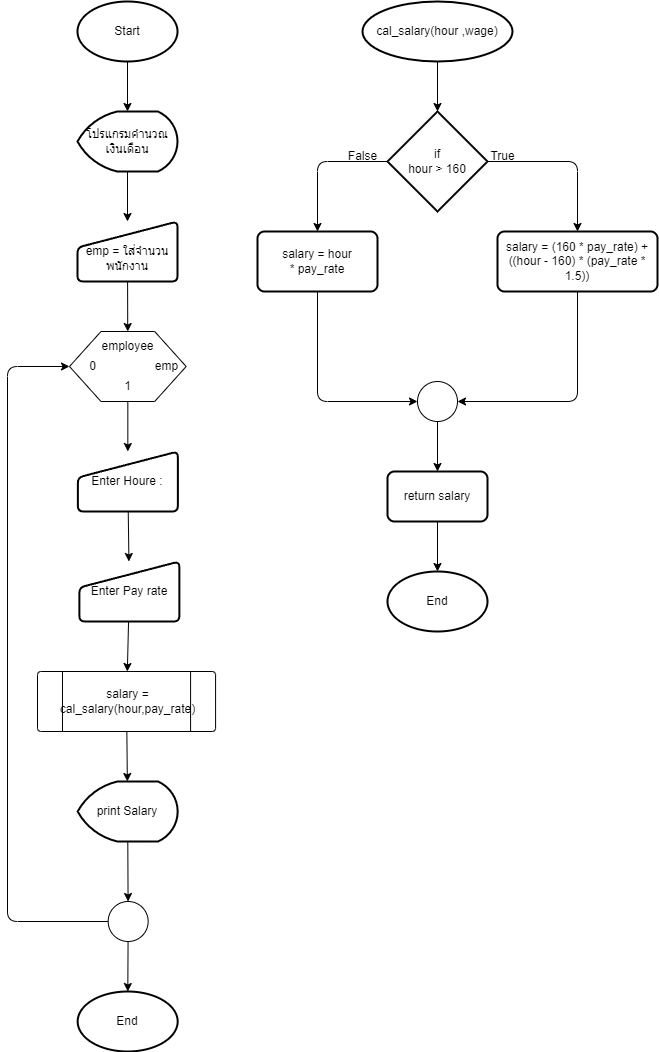
This is Homework02/work02.png from TawanBBT02/Problem-solving, a draw.io export, as it was before one commit. Source tidied: cells renumbered, new cells last; positions are measured from the earlier drawing's top-left corner, leaving out a move shared by most shapes. Source of this version:
```xml
<mxGraphModel>
  <root>
    <mxCell id="0" />
    <mxCell id="1" parent="0" />
    <mxCell id="2" style="edgeStyle=none;html=1;" parent="1" edge="1" source="3" target="5">
      <mxGeometry relative="1" as="geometry" />
    </mxCell>
    <mxCell id="3" value="Start" style="strokeWidth=2;html=1;shape=mxgraph.flowchart.start_1;whiteSpace=wrap;" parent="1" vertex="1">
      <mxGeometry x="70" width="100" height="60" as="geometry" />
    </mxCell>
    <mxCell id="4" style="edgeStyle=none;html=1;" parent="1" edge="1" source="5" target="7">
      <mxGeometry relative="1" as="geometry" />
    </mxCell>
    <mxCell id="5" value="โปรแกรมคํานวณเงินเดือน" style="strokeWidth=2;html=1;shape=mxgraph.flowchart.display;whiteSpace=wrap;" parent="1" vertex="1">
      <mxGeometry x="70" y="110" width="100" height="60" as="geometry" />
    </mxCell>
    <mxCell id="6" style="edgeStyle=none;html=1;" parent="1" edge="1" source="7" target="19">
      <mxGeometry relative="1" as="geometry" />
    </mxCell>
    <mxCell id="7" value="&lt;br&gt;emp = ใส่จำนวนพนักงาน" style="html=1;strokeWidth=2;shape=manualInput;whiteSpace=wrap;rounded=1;size=26;arcSize=11;" parent="1" vertex="1">
      <mxGeometry x="70" y="220" width="100" height="60" as="geometry" />
    </mxCell>
    <mxCell id="8" style="edgeStyle=none;html=1;" parent="1" edge="1" source="19" target="10">
      <mxGeometry relative="1" as="geometry" />
    </mxCell>
    <mxCell id="9" style="edgeStyle=none;html=1;" parent="1" edge="1" source="10" target="37">
      <mxGeometry relative="1" as="geometry" />
    </mxCell>
    <mxCell id="10" value="Enter Houre :" style="html=1;strokeWidth=2;shape=manualInput;whiteSpace=wrap;rounded=1;size=26;arcSize=11;" parent="1" vertex="1">
      <mxGeometry x="70.3" y="450" width="100" height="60" as="geometry" />
    </mxCell>
    <mxCell id="11" style="edgeStyle=none;html=1;" parent="1" edge="1" source="25" target="13">
      <mxGeometry relative="1" as="geometry" />
    </mxCell>
    <mxCell id="12" style="edgeStyle=none;html=1;" parent="1" edge="1" source="13" target="16">
      <mxGeometry relative="1" as="geometry" />
    </mxCell>
    <mxCell id="13" value="print Salary" style="strokeWidth=2;html=1;shape=mxgraph.flowchart.display;whiteSpace=wrap;" parent="1" vertex="1">
      <mxGeometry x="70.2" y="780" width="100" height="60" as="geometry" />
    </mxCell>
    <mxCell id="14" style="edgeStyle=none;html=1;" parent="1" edge="1" source="16" target="17">
      <mxGeometry relative="1" as="geometry" />
    </mxCell>
    <mxCell id="15" style="edgeStyle=none;html=1;exitX=0;exitY=0.5;exitDx=0;exitDy=0;exitPerimeter=0;entryX=0;entryY=0.5;entryDx=0;entryDy=0;" parent="1" edge="1" source="16" target="19">
      <mxGeometry relative="1" as="geometry">
        <Array as="points">
          <mxPoint y="920" />
          <mxPoint y="365" />
        </Array>
      </mxGeometry>
    </mxCell>
    <mxCell id="16" style="verticalLabelPosition=bottom;verticalAlign=top;html=1;shape=mxgraph.flowchart.on-page_reference;" parent="1" vertex="1">
      <mxGeometry x="100.7" y="900" width="40" height="40" as="geometry" />
    </mxCell>
    <mxCell id="17" value="End" style="strokeWidth=2;html=1;shape=mxgraph.flowchart.start_1;whiteSpace=wrap;" parent="1" vertex="1">
      <mxGeometry x="70.2" y="990" width="100" height="60" as="geometry" />
    </mxCell>
    <mxCell id="18" style="group;" parent="1" vertex="1">
      <mxGeometry x="60" y="330" width="123.7" height="70" as="geometry" />
    </mxCell>
    <mxCell id="19" style="verticalLabelPosition=bottom;verticalAlign=top;html=1;shape=hexagon;perimeter=hexagonPerimeter2;arcSize=6;size=0.27;" parent="18" vertex="1">
      <mxGeometry x="2" width="116.7" height="70" as="geometry" />
    </mxCell>
    <mxCell id="20" value="employee" style="text;html=1;align=center;verticalAlign=middle;strokeColor=none;fillColor=none;" parent="18" vertex="1">
      <mxGeometry x="20" width="80" height="30" as="geometry" />
    </mxCell>
    <mxCell id="21" value="0" style="text;html=1;align=center;verticalAlign=middle;strokeColor=none;fillColor=none;" parent="18" vertex="1">
      <mxGeometry x="10" y="20" width="30" height="30" as="geometry" />
    </mxCell>
    <mxCell id="22" value="emp" style="text;html=1;align=center;verticalAlign=middle;strokeColor=none;fillColor=none;" parent="18" vertex="1">
      <mxGeometry x="73.7" y="20" width="50" height="30" as="geometry" />
    </mxCell>
    <mxCell id="23" value="1" style="text;html=1;align=center;verticalAlign=middle;strokeColor=none;fillColor=none;" parent="18" vertex="1">
      <mxGeometry x="44.8" y="40" width="30" height="30" as="geometry" />
    </mxCell>
    <mxCell id="24" style="group;" parent="1" vertex="1">
      <mxGeometry x="30" y="670" width="180" height="60" as="geometry" />
    </mxCell>
    <mxCell id="25" style="verticalLabelPosition=bottom;verticalAlign=top;html=1;shape=process;whiteSpace=wrap;rounded=1;size=0.14;arcSize=6;" parent="24" vertex="1">
      <mxGeometry width="178.1" height="60" as="geometry" />
    </mxCell>
    <mxCell id="26" value="salary = &lt;br&gt;cal_salary(hour,pay_rate)" style="text;html=1;align=center;verticalAlign=middle;strokeColor=none;fillColor=none;" parent="24" vertex="1">
      <mxGeometry x="10" y="10" width="160" height="40" as="geometry" />
    </mxCell>
    <mxCell id="27" style="edgeStyle=none;html=1;" parent="1" edge="1" source="28" target="31">
      <mxGeometry relative="1" as="geometry" />
    </mxCell>
    <mxCell id="28" value="cal_salary(hour ,wage)" style="strokeWidth=2;html=1;shape=mxgraph.flowchart.start_1;whiteSpace=wrap;" parent="1" vertex="1">
      <mxGeometry x="355" width="150" height="60" as="geometry" />
    </mxCell>
    <mxCell id="29" style="edgeStyle=none;html=1;exitX=1;exitY=0.5;exitDx=0;exitDy=0;exitPerimeter=0;entryX=0.5;entryY=0;entryDx=0;entryDy=0;" parent="1" edge="1" source="31" target="35">
      <mxGeometry relative="1" as="geometry">
        <Array as="points">
          <mxPoint x="570" y="160" />
        </Array>
      </mxGeometry>
    </mxCell>
    <mxCell id="30" style="edgeStyle=none;html=1;exitX=0;exitY=0.5;exitDx=0;exitDy=0;exitPerimeter=0;entryX=0.5;entryY=0;entryDx=0;entryDy=0;" parent="1" edge="1" source="31" target="33">
      <mxGeometry relative="1" as="geometry">
        <Array as="points">
          <mxPoint x="310" y="160" />
        </Array>
      </mxGeometry>
    </mxCell>
    <mxCell id="31" value="if&lt;br&gt;hour &amp;gt; 160" style="strokeWidth=2;html=1;shape=mxgraph.flowchart.decision;whiteSpace=wrap;" parent="1" vertex="1">
      <mxGeometry x="380" y="110" width="100" height="100" as="geometry" />
    </mxCell>
    <mxCell id="32" style="edgeStyle=none;html=1;exitX=0.5;exitY=1;exitDx=0;exitDy=0;entryX=0;entryY=0.5;entryDx=0;entryDy=0;entryPerimeter=0;" parent="1" edge="1" source="33" target="39">
      <mxGeometry relative="1" as="geometry">
        <Array as="points">
          <mxPoint x="310" y="400" />
        </Array>
      </mxGeometry>
    </mxCell>
    <mxCell id="33" value="salary = hour *&amp;nbsp;&lt;span style=&quot;&quot;&gt;pay_rate&lt;/span&gt;" style="rounded=1;whiteSpace=wrap;html=1;absoluteArcSize=1;arcSize=14;strokeWidth=2;" parent="1" vertex="1">
      <mxGeometry x="250" y="230" width="120" height="60" as="geometry" />
    </mxCell>
    <mxCell id="34" style="edgeStyle=none;html=1;exitX=0.5;exitY=1;exitDx=0;exitDy=0;entryX=1;entryY=0.5;entryDx=0;entryDy=0;entryPerimeter=0;" parent="1" edge="1" source="35" target="39">
      <mxGeometry relative="1" as="geometry">
        <Array as="points">
          <mxPoint x="570" y="400" />
        </Array>
      </mxGeometry>
    </mxCell>
    <mxCell id="35" value="salary = (160 *&amp;nbsp;&lt;span style=&quot;&quot;&gt;pay_rate&lt;/span&gt;) + ((hour - 160) * (&lt;span style=&quot;&quot;&gt;pay_rate&amp;nbsp;&lt;/span&gt;* 1.5))" style="rounded=1;whiteSpace=wrap;html=1;absoluteArcSize=1;arcSize=14;strokeWidth=2;" parent="1" vertex="1">
      <mxGeometry x="490" y="230" width="160" height="60" as="geometry" />
    </mxCell>
    <mxCell id="36" style="edgeStyle=none;html=1;" parent="1" edge="1" source="37" target="25">
      <mxGeometry relative="1" as="geometry" />
    </mxCell>
    <mxCell id="37" value="Enter Pay rate" style="html=1;strokeWidth=2;shape=manualInput;whiteSpace=wrap;rounded=1;size=26;arcSize=11;" parent="1" vertex="1">
      <mxGeometry x="71.8" y="560" width="100" height="60" as="geometry" />
    </mxCell>
    <mxCell id="38" style="edgeStyle=none;html=1;" parent="1" edge="1" source="39" target="44">
      <mxGeometry relative="1" as="geometry" />
    </mxCell>
    <mxCell id="39" style="verticalLabelPosition=bottom;verticalAlign=top;html=1;shape=mxgraph.flowchart.on-page_reference;" parent="1" vertex="1">
      <mxGeometry x="410" y="380" width="40" height="40" as="geometry" />
    </mxCell>
    <mxCell id="40" value="End" style="strokeWidth=2;html=1;shape=mxgraph.flowchart.start_1;whiteSpace=wrap;" parent="1" vertex="1">
      <mxGeometry x="380" y="570" width="100" height="60" as="geometry" />
    </mxCell>
    <mxCell id="41" value="True" style="text;html=1;align=center;verticalAlign=middle;strokeColor=none;fillColor=none;" parent="1" vertex="1">
      <mxGeometry x="470" y="140" width="50" height="30" as="geometry" />
    </mxCell>
    <mxCell id="42" value="False" style="text;html=1;align=center;verticalAlign=middle;strokeColor=none;fillColor=none;" parent="1" vertex="1">
      <mxGeometry x="330" y="140" width="50" height="30" as="geometry" />
    </mxCell>
    <mxCell id="43" style="edgeStyle=none;html=1;" parent="1" edge="1" source="44" target="40">
      <mxGeometry relative="1" as="geometry" />
    </mxCell>
    <mxCell id="44" value="return salary" style="rounded=1;whiteSpace=wrap;html=1;absoluteArcSize=1;arcSize=14;strokeWidth=2;" parent="1" vertex="1">
      <mxGeometry x="380" y="470" width="100" height="50" as="geometry" />
    </mxCell>
  </root>
</mxGraphModel>
```
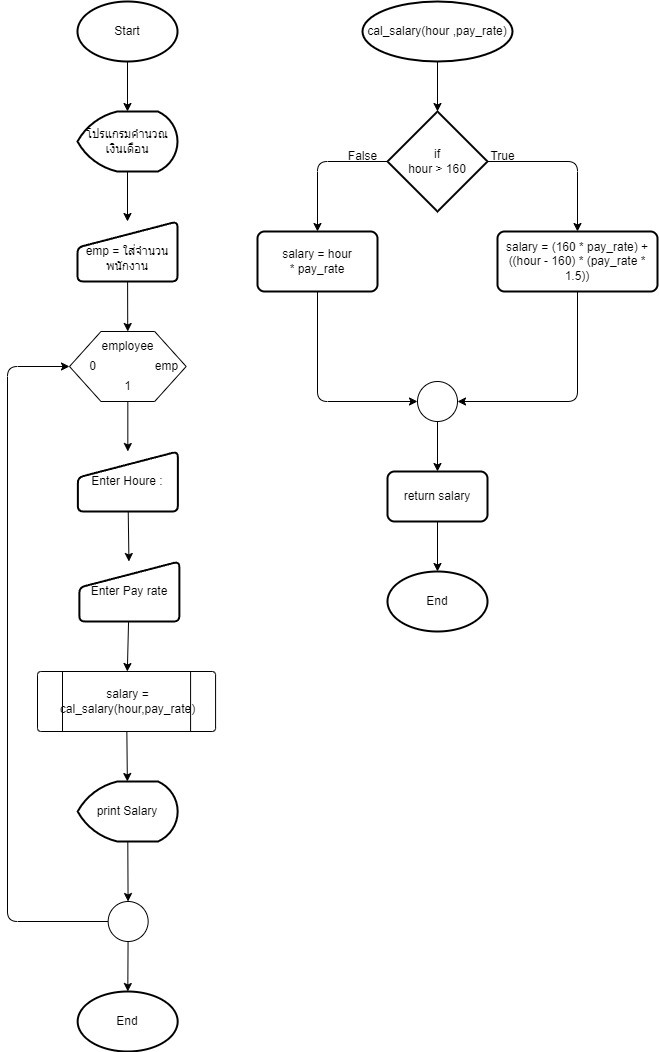
After the commit.

The edit, as a diff of the source:
```diff
@@ -85,7 +85,7 @@
     <mxCell id="27" style="edgeStyle=none;html=1;" parent="1" edge="1" source="28" target="31">
       <mxGeometry relative="1" as="geometry" />
     </mxCell>
-    <mxCell id="28" value="cal_salary(hour ,wage)" style="strokeWidth=2;html=1;shape=mxgraph.flowchart.start_1;whiteSpace=wrap;" parent="1" vertex="1">
+    <mxCell id="28" value="cal_salary(hour ,pay_rate)" style="strokeWidth=2;html=1;shape=mxgraph.flowchart.start_1;whiteSpace=wrap;" parent="1" vertex="1">
       <mxGeometry x="355" width="150" height="60" as="geometry" />
     </mxCell>
     <mxCell id="29" style="edgeStyle=none;html=1;exitX=1;exitY=0.5;exitDx=0;exitDy=0;exitPerimeter=0;entryX=0.5;entryY=0;entryDx=0;entryDy=0;" parent="1" edge="1" source="31" target="35">
```
